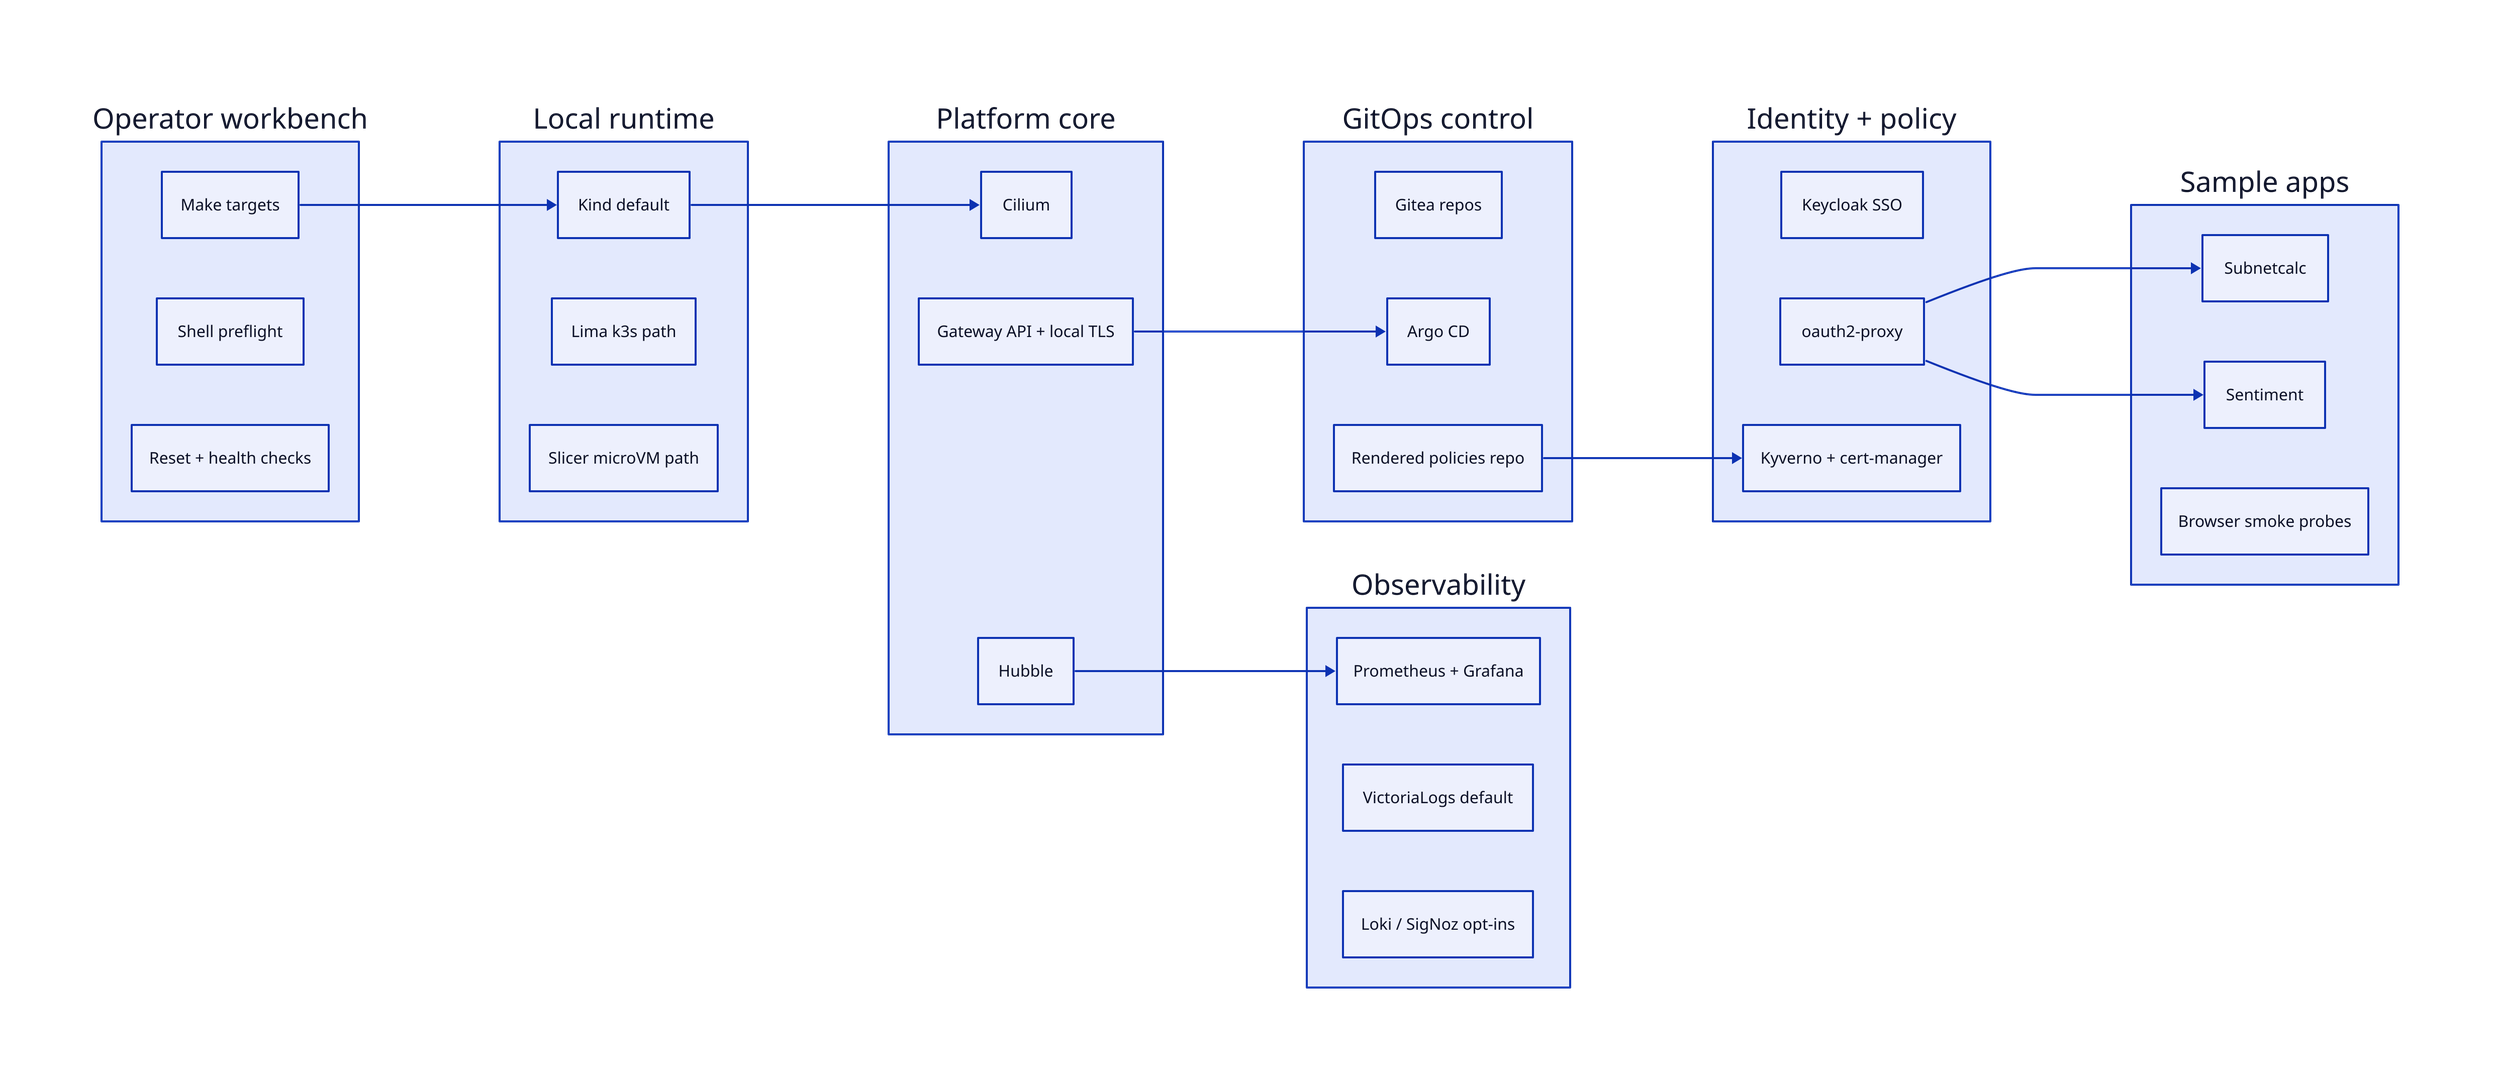
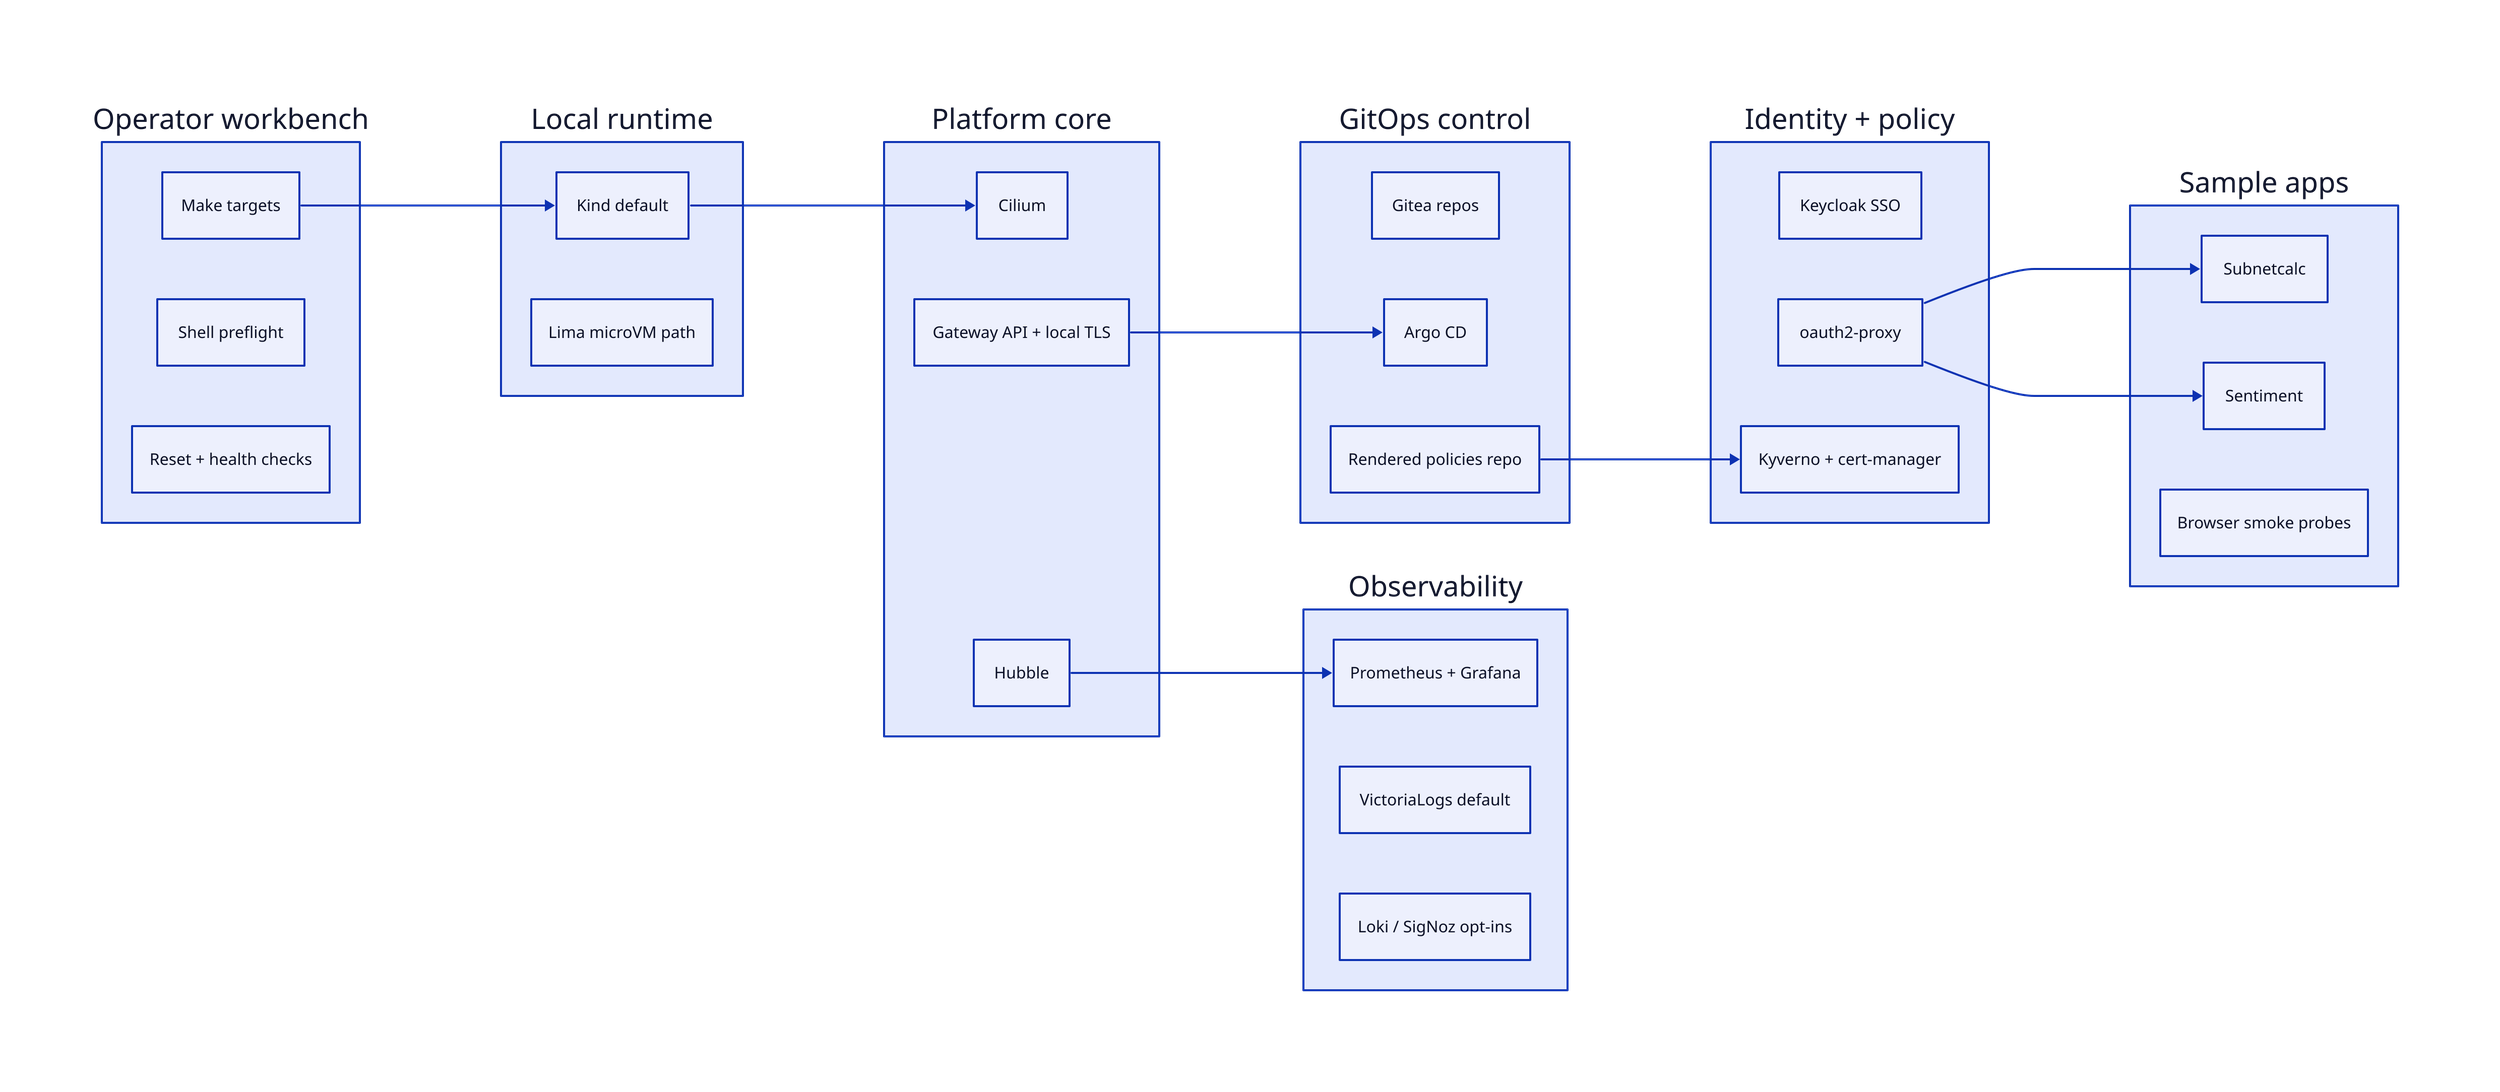
# Source diagram for the docs home page and visual explanations page.
# @light public/diagrams/idp-local-workbench.svg
# @dark public/diagrams/idp-local-workbench-dark.svg
# @layout elk
# @pad 64

direction: right

style.fill: transparent

operator: {
  label: "Operator workbench"
  make: "Make targets"
  preflight: "Shell preflight"
  health: "Reset + health checks"
}

runtime: {
  label: "Local runtime"
  kind: "Kind default"
  lima: "Lima k3s path"
-   slicer: "Slicer microVM path"
+   lima: "Lima microVM path"
}

core: {
  label: "Platform core"
  cilium: "Cilium"
  hubble: "Hubble"
  gateway: "Gateway API + local TLS"
}

gitops: {
  label: "GitOps control"
  gitea: "Gitea repos"
  argo: "Argo CD"
  policies: "Rendered policies repo"
}

security: {
  label: "Identity + policy"
  keycloak: "Keycloak SSO"
  oauth: "oauth2-proxy"
  kyverno: "Kyverno + cert-manager"
}

observability: {
  label: "Observability"
  default: "Prometheus + Grafana"
  logs: "VictoriaLogs default"
  heavier: "Loki / SigNoz opt-ins"
}

apps: {
  label: "Sample apps"
  subnetcalc: "Subnetcalc"
  sentiment: "Sentiment"
  probes: "Browser smoke probes"
}

operator.make -> runtime.kind
runtime.kind -> core.cilium
core.gateway -> gitops.argo
gitops.policies -> security.kyverno
security.oauth -> apps.subnetcalc
security.oauth -> apps.sentiment
core.hubble -> observability.default
